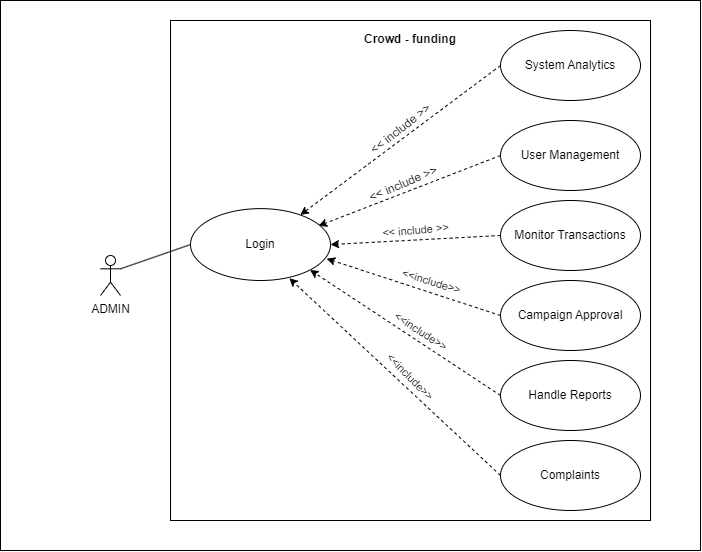
The draw.io diagram USER.drawio.png in nhathao19/Crowdfunding-platform, before a commit. Source tidied: cells renumbered, new cells last; positions are measured from the earlier drawing's top-left corner, leaving out a move shared by most shapes.
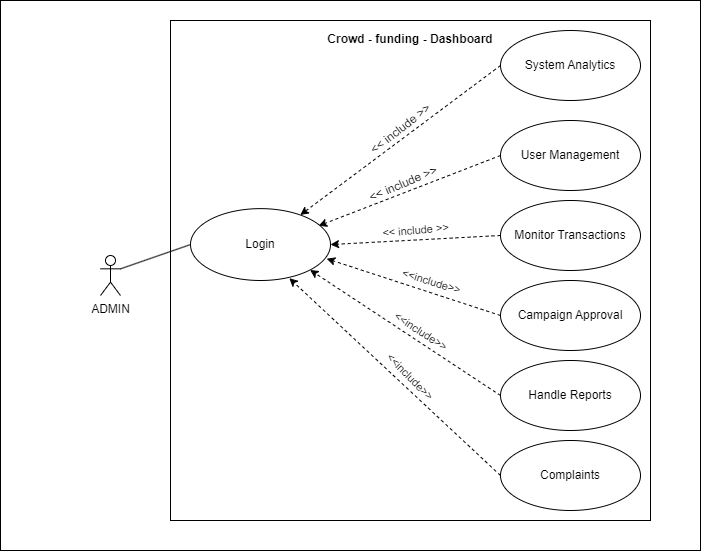
After the change.

Commit message:
Cập nhật USER.drawio.png

Change to the diagram source:
```diff
@@ -5,7 +5,7 @@
     <mxCell id="2" style="rounded=0;whiteSpace=wrap;html=1;rotation=0;strokeWidth=1;perimeterSpacing=0;align=center;horizontal=1;verticalAlign=top;fontSize=12;spacing=-10;labelBackgroundColor=none;" parent="1" vertex="1">
       <mxGeometry width="700" height="550" as="geometry" />
     </mxCell>
-    <mxCell id="3" value="&lt;h4 style=&quot;line-height: 12px;&quot;&gt;&lt;font style=&quot;font-size: 12px;&quot;&gt;Crowd - funding&lt;/font&gt;&lt;/h4&gt;" style="rounded=0;whiteSpace=wrap;html=1;verticalAlign=top;horizontal=1;spacing=-8;labelBackgroundColor=none;" parent="1" vertex="1">
+    <mxCell id="3" value="&lt;h4 style=&quot;line-height: 12px;&quot;&gt;&lt;font style=&quot;font-size: 12px;&quot;&gt;Crowd - funding - Dashboard&lt;/font&gt;&lt;/h4&gt;" style="rounded=0;whiteSpace=wrap;html=1;verticalAlign=top;horizontal=1;spacing=-8;labelBackgroundColor=none;" parent="1" vertex="1">
       <mxGeometry x="170" y="20" width="480" height="500" as="geometry" />
     </mxCell>
     <mxCell id="4" value="Monitor Transactions" style="ellipse;whiteSpace=wrap;html=1;labelBackgroundColor=none;" parent="1" vertex="1">
```
